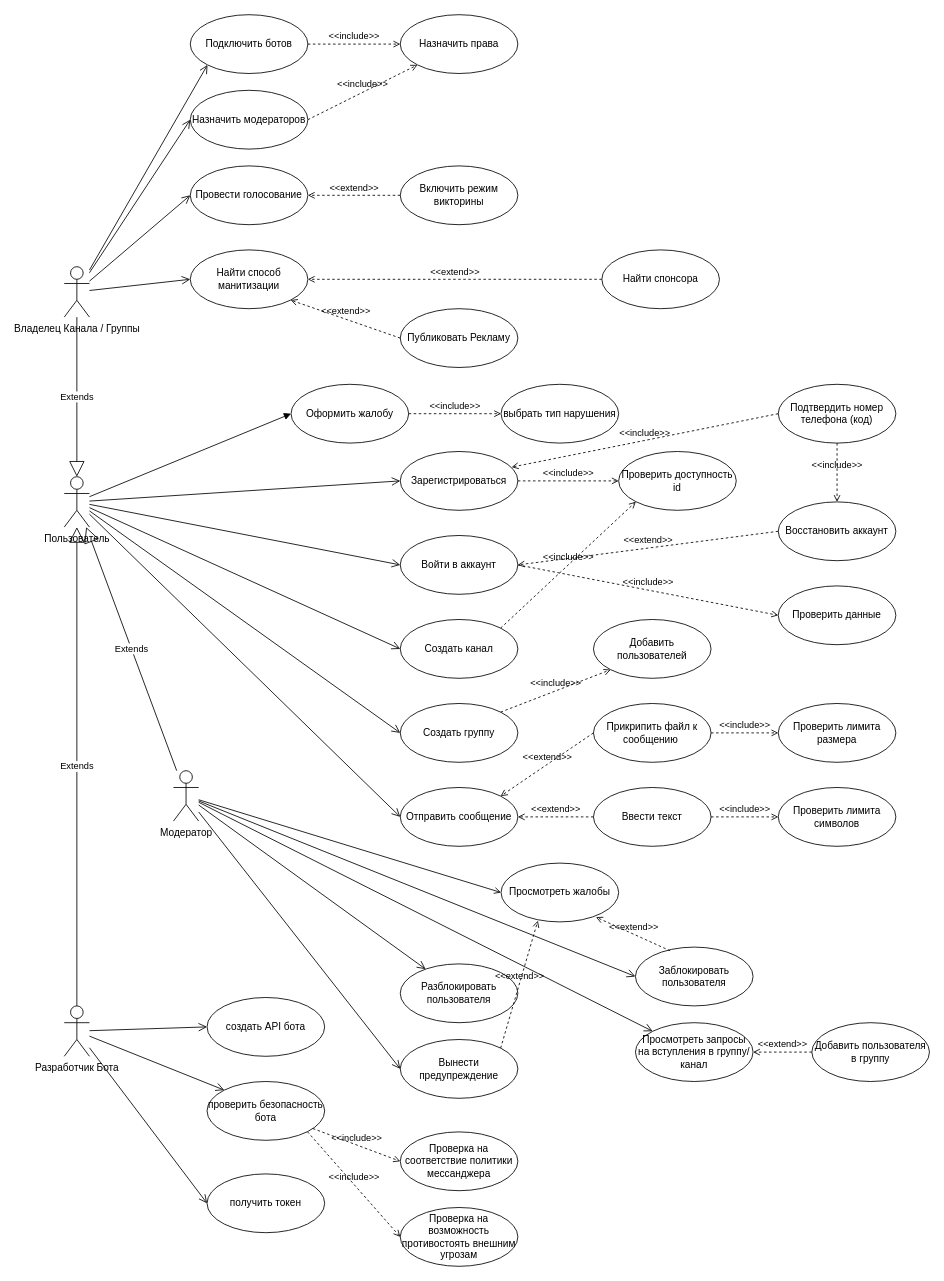
Earlier version of the draw.io diagram lab2/Use-case.drawio (YKarpachev/Programm_Engineering). Source tidied: cells renumbered, new cells numbered last; positions are measured from the earlier drawing's top-left corner, leaving out a move shared by most shapes. Both pictures are drawn from the tidied source at 84%, with x=0, y=0 at pixel (64, 14).
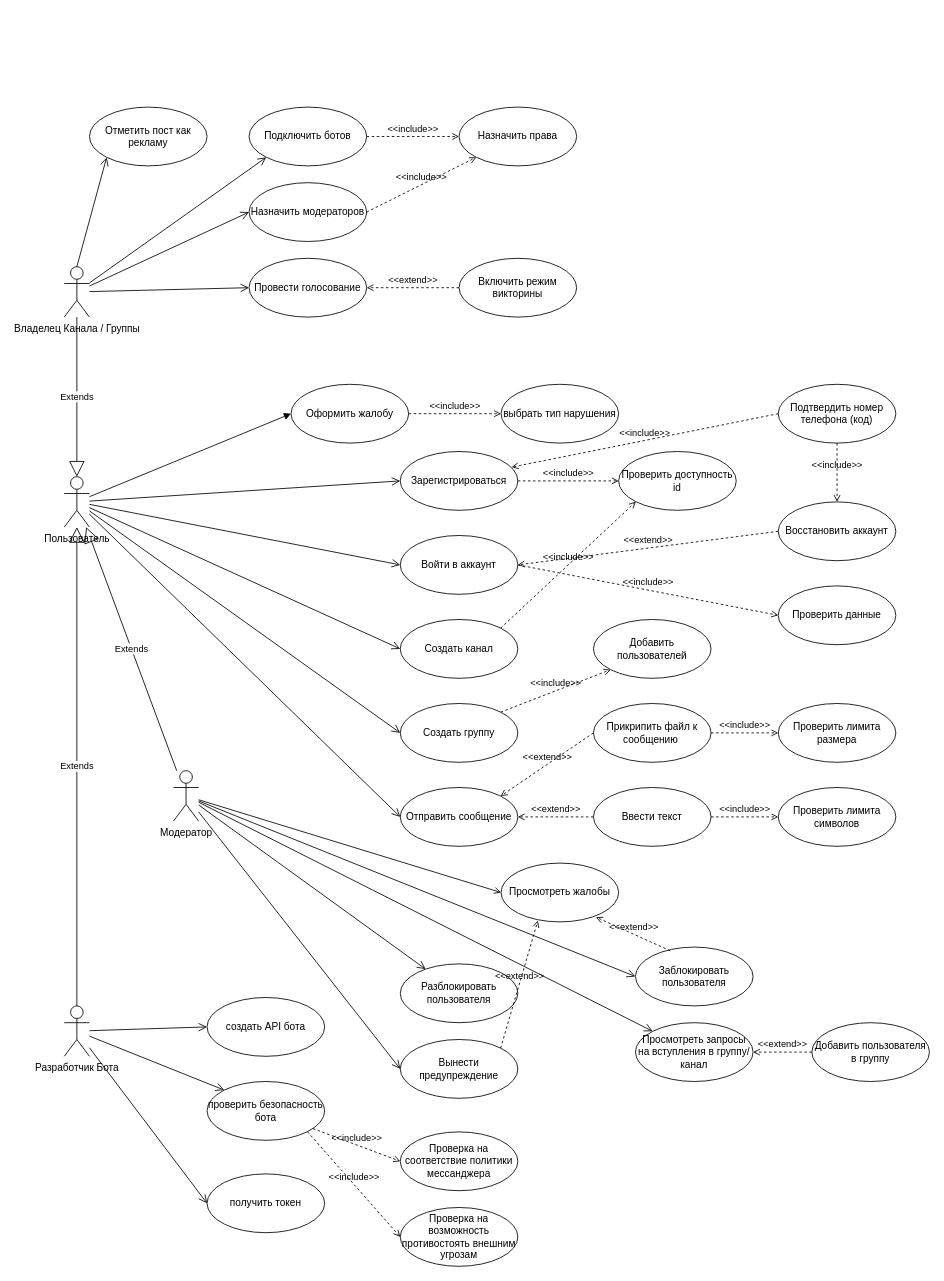
The same diagram, later.

Unchanged cells that the change refers to:
```xml
<mxCell id="3" value="Владелец Канала / Группы" style="shape=umlActor;verticalLabelPosition=bottom;verticalAlign=top;html=1;" parent="1" vertex="1">
  <mxGeometry y="300" width="30" height="60" as="geometry" />
</mxCell>
```

What changed in the source:
```diff
@@
     <mxCell id="30" value="Подключить ботов" style="ellipse;whiteSpace=wrap;html=1;" parent="1" vertex="1">
-      <mxGeometry x="150" width="140" height="70" as="geometry" />
+      <mxGeometry x="220" y="110" width="140" height="70" as="geometry" />
     </mxCell>
     <mxCell id="31" value="Назначить модераторов" style="ellipse;whiteSpace=wrap;html=1;" parent="1" vertex="1">
-      <mxGeometry x="150" y="90" width="140" height="70" as="geometry" />
+      <mxGeometry x="220" y="200" width="140" height="70" as="geometry" />
     </mxCell>
     <mxCell id="32" value="Назначить права" style="ellipse;whiteSpace=wrap;html=1;" parent="1" vertex="1">
-      <mxGeometry x="400" width="140" height="70" as="geometry" />
+      <mxGeometry x="470" y="110" width="140" height="70" as="geometry" />
     </mxCell>
@@
     <mxCell id="37" value="Провести голосование" style="ellipse;whiteSpace=wrap;html=1;" parent="1" vertex="1">
-      <mxGeometry x="150" y="180" width="140" height="70" as="geometry" />
+      <mxGeometry x="220" y="290" width="140" height="70" as="geometry" />
     </mxCell>
@@
     <mxCell id="39" value="Включить режим викторины" style="ellipse;whiteSpace=wrap;html=1;" parent="1" vertex="1">
-      <mxGeometry x="400" y="180" width="140" height="70" as="geometry" />
+      <mxGeometry x="470" y="290" width="140" height="70" as="geometry" />
     </mxCell>
@@
-    <mxCell id="67" value="Найти способ манитизации" style="ellipse;whiteSpace=wrap;html=1;" parent="1" vertex="1">
-      <mxGeometry x="150" y="280" width="140" height="70" as="geometry" />
-    </mxCell>
-    <mxCell id="68" style="endArrow=open;startArrow=none;endFill=0;startFill=0;endSize=8;html=1;verticalAlign=bottom;labelBackgroundColor=none;strokeWidth=1;rounded=0;entryX=0;entryY=0.5;entryDx=0;entryDy=0;" parent="1" edge="1" source="3" target="67">
-      <mxGeometry relative="1" as="geometry" />
-    </mxCell>
-    <mxCell id="69" value="Найти спонсора" style="ellipse;whiteSpace=wrap;html=1;" parent="1" vertex="1">
-      <mxGeometry x="640" y="280" width="140" height="70" as="geometry" />
-    </mxCell>
-    <mxCell id="70" value="&amp;lt;&amp;lt;extend&amp;gt;&amp;gt;" style="html=1;verticalAlign=bottom;labelBackgroundColor=none;endArrow=open;endFill=0;dashed=1;rounded=0;exitX=0;exitY=0.5;exitDx=0;exitDy=0;entryX=1;entryY=0.5;entryDx=0;entryDy=0;" parent="1" edge="1" source="69" target="67">
-      <mxGeometry relative="1" as="geometry" />
-    </mxCell>
-    <mxCell id="71" value="Публиковать Рекламу" style="ellipse;whiteSpace=wrap;html=1;" parent="1" vertex="1">
-      <mxGeometry x="400" y="350" width="140" height="70" as="geometry" />
-    </mxCell>
-    <mxCell id="72" value="&amp;lt;&amp;lt;extend&amp;gt;&amp;gt;" style="html=1;verticalAlign=bottom;labelBackgroundColor=none;endArrow=open;endFill=0;dashed=1;rounded=0;entryX=1;entryY=1;entryDx=0;entryDy=0;exitX=0;exitY=0.5;exitDx=0;exitDy=0;" parent="1" edge="1" source="71" target="67">
-      <mxGeometry relative="1" as="geometry" />
-    </mxCell>
@@
+    <mxCell id="84" value="Отметить пост как рекламу" style="ellipse;whiteSpace=wrap;html=1;" parent="1" vertex="1">
+      <mxGeometry x="30" y="110" width="140" height="70" as="geometry" />
+    </mxCell>
+    <mxCell id="85" style="endArrow=open;startArrow=none;endFill=0;startFill=0;endSize=8;html=1;verticalAlign=bottom;labelBackgroundColor=none;strokeWidth=1;rounded=0;entryX=0;entryY=1;entryDx=0;entryDy=0;exitX=0.5;exitY=0;exitDx=0;exitDy=0;exitPerimeter=0;" parent="1" edge="1" source="3" target="84">
+      <mxGeometry relative="1" as="geometry" />
+    </mxCell>
```
